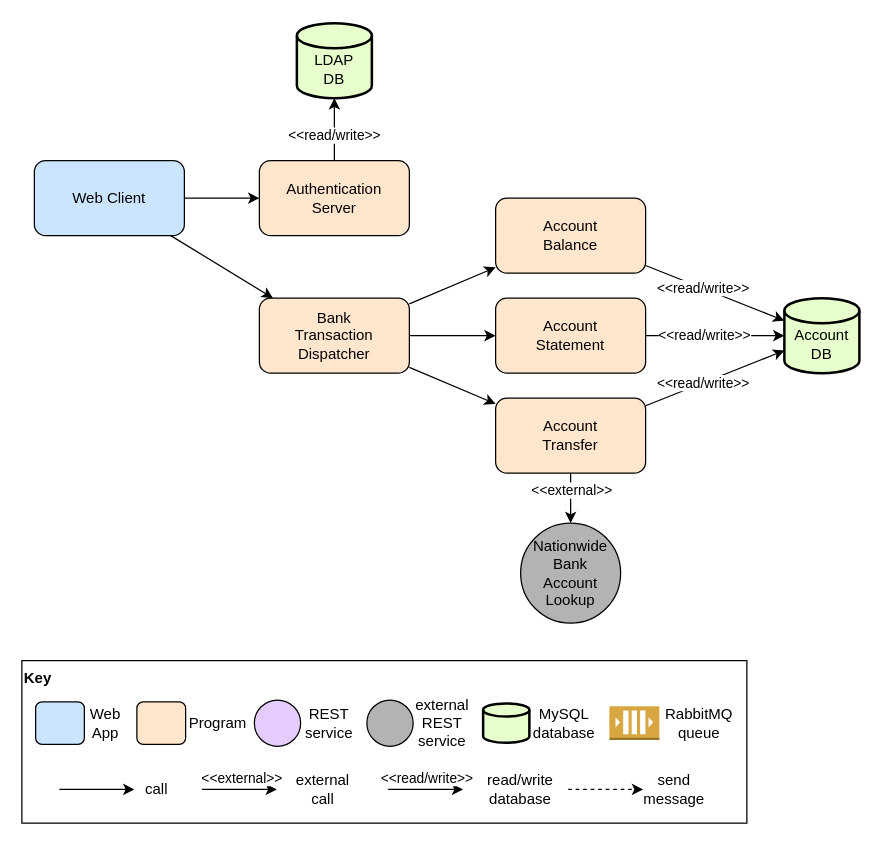
This is page "Q1" (1 of 2) of SW Architect A4.drawio from sunggooni/SW_Architect, a draw.io file, before an edit. Source tidied: cells renumbered, new cells numbered last; positions are measured from the earlier drawing's top-left corner, leaving out a move shared by most shapes. Both pictures are drawn from the tidied source at 125%, with x=0, y=0 at pixel (21, 22).
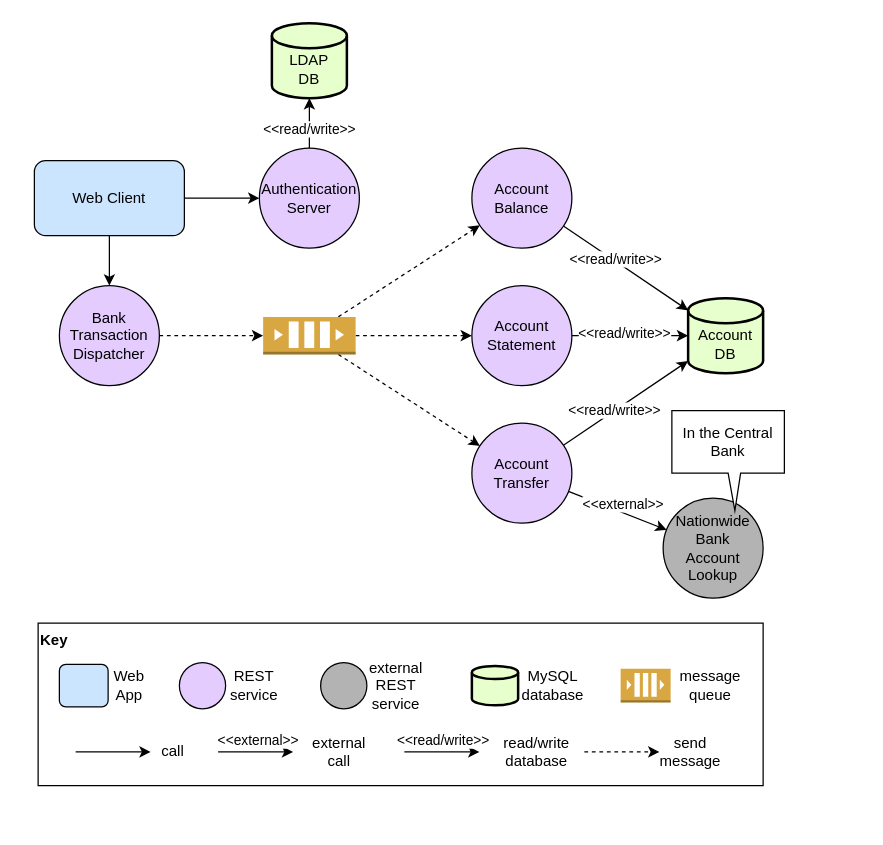
Above is the later version.

Unchanged cells that the change refers to:
```xml
<mxCell id="38" style="endArrow=classic;html=1;rounded=0;" parent="1" edge="1" source="36" target="37">
  <mxGeometry relative="1" as="geometry" />
</mxCell>
<mxCell id="45" style="rounded=0;jettySize=auto;html=1;" parent="1" edge="1" source="35" target="33">
  <mxGeometry relative="1" as="geometry" />
</mxCell>
```

The edit, as a diff of the source:
```diff
@@
     <mxCell id="5" value="&lt;b class=&quot;fr-fix-a7ee12a5&quot;&gt;Key&lt;/b&gt;" style="rounded=0;whiteSpace=wrap;html=1;align=left;verticalAlign=top;" parent="1" vertex="1">
-      <mxGeometry y="510" width="580" height="130" as="geometry" />
+      <mxGeometry x="13" y="480" width="580" height="130" as="geometry" />
     </mxCell>
     <mxCell id="6" style="rounded=1;whiteSpace=wrap;html=1;fillColor=#CCE5FF;" parent="1" vertex="1">
-      <mxGeometry x="11" y="543" width="39" height="34" as="geometry" />
+      <mxGeometry x="30" y="513" width="39" height="34" as="geometry" />
     </mxCell>
     <mxCell id="7" value="Web&lt;br&gt;App" style="text;html=1;strokeColor=none;fillColor=none;align=center;verticalAlign=middle;whiteSpace=wrap;rounded=0;" parent="1" vertex="1">
-      <mxGeometry x="48" y="545" width="38" height="30" as="geometry" />
+      <mxGeometry x="67" y="515" width="38" height="30" as="geometry" />
     </mxCell>
     <mxCell id="8" style="ellipse;whiteSpace=wrap;html=1;fillColor=#E5CCFF;" parent="1" vertex="1">
-      <mxGeometry x="186" y="541.5" width="37" height="37" as="geometry" />
+      <mxGeometry x="126" y="511.5" width="37" height="37" as="geometry" />
     </mxCell>
     <mxCell id="9" value="REST service" style="text;html=1;strokeColor=none;fillColor=none;align=center;verticalAlign=middle;whiteSpace=wrap;rounded=0;" parent="1" vertex="1">
-      <mxGeometry x="216" y="545" width="60" height="30" as="geometry" />
+      <mxGeometry x="156" y="515" width="60" height="30" as="geometry" />
     </mxCell>
     <mxCell id="10" style="strokeWidth=2;html=1;shape=mxgraph.flowchart.database;whiteSpace=wrap;fillColor=#E6FFCC;" parent="1" vertex="1">
-      <mxGeometry x="369" y="544.2" width="37" height="31.5" as="geometry" />
+      <mxGeometry x="360" y="514.2" width="37" height="31.5" as="geometry" />
     </mxCell>
     <mxCell id="11" value="MySQL database" style="text;html=1;strokeColor=none;fillColor=none;align=center;verticalAlign=middle;whiteSpace=wrap;rounded=0;" parent="1" vertex="1">
-      <mxGeometry x="404" y="545" width="60" height="30" as="geometry" />
+      <mxGeometry x="395" y="515" width="60" height="30" as="geometry" />
     </mxCell>
     <mxCell id="12" style="dashed=0;verticalLabelPosition=bottom;verticalAlign=top;align=center;html=1;shape=mxgraph.aws3.queue;fillColor=#D9A741;gradientColor=none;" parent="1" vertex="1">
-      <mxGeometry x="470" y="546.5" width="40" height="27" as="geometry" />
+      <mxGeometry x="479" y="516.5" width="40" height="27" as="geometry" />
     </mxCell>
-    <mxCell id="13" value="RabbitMQ queue" style="text;html=1;strokeColor=none;fillColor=none;align=center;verticalAlign=middle;whiteSpace=wrap;rounded=0;" parent="1" vertex="1">
-      <mxGeometry x="512" y="545" width="60" height="30" as="geometry" />
+    <mxCell id="13" value="message&lt;br&gt;queue" style="text;html=1;strokeColor=none;fillColor=none;align=center;verticalAlign=middle;whiteSpace=wrap;rounded=0;" parent="1" vertex="1">
+      <mxGeometry x="521" y="515" width="60" height="30" as="geometry" />
     </mxCell>
     <mxCell id="14" style="endArrow=classic;html=1;rounded=0;" parent="1" edge="1">
       <mxGeometry relative="1" as="geometry">
-        <mxPoint x="30" y="613" as="sourcePoint" />
-        <mxPoint x="90" y="613" as="targetPoint" />
+        <mxPoint x="43" y="583" as="sourcePoint" />
+        <mxPoint x="103" y="583" as="targetPoint" />
       </mxGeometry>
     </mxCell>
     <mxCell id="15" value="call" style="text;html=1;strokeColor=none;fillColor=none;align=center;verticalAlign=middle;whiteSpace=wrap;rounded=0;" parent="1" vertex="1">
-      <mxGeometry x="78" y="598" width="60" height="30" as="geometry" />
+      <mxGeometry x="91" y="568" width="60" height="30" as="geometry" />
     </mxCell>
     <mxCell id="16" style="endArrow=classic;html=1;rounded=0;" parent="1" edge="1">
       <mxGeometry relative="1" as="geometry">
-        <mxPoint x="144" y="613" as="sourcePoint" />
-        <mxPoint x="204" y="613" as="targetPoint" />
+        <mxPoint x="157" y="583" as="sourcePoint" />
+        <mxPoint x="217" y="583" as="targetPoint" />
       </mxGeometry>
     </mxCell>
@@
     <mxCell id="18" value="external call" style="text;html=1;strokeColor=none;fillColor=none;align=center;verticalAlign=middle;whiteSpace=wrap;rounded=0;" parent="1" vertex="1">
-      <mxGeometry x="211" y="598" width="60" height="30" as="geometry" />
+      <mxGeometry x="224" y="568" width="60" height="30" as="geometry" />
     </mxCell>
     <mxCell id="19" style="endArrow=classic;html=1;rounded=0;dashed=1;" parent="1" edge="1">
       <mxGeometry relative="1" as="geometry">
-        <mxPoint x="437" y="613" as="sourcePoint" />
-        <mxPoint x="497" y="613" as="targetPoint" />
+        <mxPoint x="450" y="583" as="sourcePoint" />
+        <mxPoint x="510" y="583" as="targetPoint" />
       </mxGeometry>
     </mxCell>
     <mxCell id="20" value="send message" style="text;html=1;strokeColor=none;fillColor=none;align=center;verticalAlign=middle;whiteSpace=wrap;rounded=0;" parent="1" vertex="1">
-      <mxGeometry x="492" y="598" width="60" height="30" as="geometry" />
+      <mxGeometry x="505" y="568" width="60" height="30" as="geometry" />
     </mxCell>
     <mxCell id="21" style="endArrow=classic;html=1;rounded=0;" parent="1" edge="1">
       <mxGeometry relative="1" as="geometry">
-        <mxPoint x="293" y="613" as="sourcePoint" />
-        <mxPoint x="353" y="613" as="targetPoint" />
+        <mxPoint x="306" y="583" as="sourcePoint" />
+        <mxPoint x="366" y="583" as="targetPoint" />
       </mxGeometry>
     </mxCell>
@@
     <mxCell id="23" value="read/write database" style="text;html=1;strokeColor=none;fillColor=none;align=center;verticalAlign=middle;whiteSpace=wrap;rounded=0;" parent="1" vertex="1">
-      <mxGeometry x="369" y="598" width="60" height="30" as="geometry" />
+      <mxGeometry x="382" y="568" width="60" height="30" as="geometry" />
     </mxCell>
     <mxCell id="24" style="ellipse;whiteSpace=wrap;html=1;fillColor=#B3B3B3;" parent="1" vertex="1">
-      <mxGeometry x="276" y="541.5" width="37" height="37" as="geometry" />
+      <mxGeometry x="239" y="511.5" width="37" height="37" as="geometry" />
     </mxCell>
     <mxCell id="25" value="external&lt;br&gt;REST service" style="text;html=1;strokeColor=none;fillColor=none;align=center;verticalAlign=middle;whiteSpace=wrap;rounded=0;" parent="1" vertex="1">
-      <mxGeometry x="302" y="545" width="69" height="30" as="geometry" />
+      <mxGeometry x="265" y="515" width="69" height="30" as="geometry" />
     </mxCell>
-    <mxCell id="26" style="rounded=1;whiteSpace=wrap;html=1;fillColor=#FFE6CC;" parent="1" vertex="1">
-      <mxGeometry x="92" y="543" width="39" height="34" as="geometry" />
-    </mxCell>
-    <mxCell id="27" value="Program" style="text;html=1;strokeColor=none;fillColor=none;align=center;verticalAlign=middle;whiteSpace=wrap;rounded=0;" parent="1" vertex="1">
-      <mxGeometry x="127" y="545" width="60" height="30" as="geometry" />
-    </mxCell>
-    <mxCell id="28" style="edgeStyle=orthogonalEdgeStyle;rounded=0;jettySize=auto;html=1;" parent="1" edge="1" source="30" target="31">
+    <mxCell id="28" style="rounded=0;jettySize=auto;html=1;" parent="1" edge="1" source="30" target="31">
       <mxGeometry relative="1" as="geometry" />
     </mxCell>
@@
-    <mxCell id="30" value="Authentication&lt;br&gt;Server" style="rounded=1;whiteSpace=wrap;html=1;fillColor=#FFE6CC;" parent="1" vertex="1">
-      <mxGeometry x="190" y="110" width="120" height="60" as="geometry" />
-    </mxCell>
     <mxCell id="31" value="&lt;br&gt;LDAP&lt;br&gt;DB" style="strokeWidth=2;html=1;shape=mxgraph.flowchart.database;whiteSpace=wrap;fillColor=#E6FFCC;" parent="1" vertex="1">
-      <mxGeometry x="220" width="60" height="60" as="geometry" />
+      <mxGeometry x="200" width="60" height="60" as="geometry" />
     </mxCell>
-    <mxCell id="32" value="Bank&lt;br&gt;Transaction&lt;br&gt;Dispatcher" style="rounded=1;whiteSpace=wrap;html=1;fillColor=#FFE6CC;" parent="1" vertex="1">
-      <mxGeometry x="190" y="220" width="120" height="60" as="geometry" />
-    </mxCell>
     <mxCell id="33" value="&lt;br&gt;Account&lt;br&gt;DB" style="strokeWidth=2;html=1;shape=mxgraph.flowchart.database;whiteSpace=wrap;fillColor=#E6FFCC;" parent="1" vertex="1">
-      <mxGeometry x="610" y="220" width="60" height="60" as="geometry" />
+      <mxGeometry x="533" y="220" width="60" height="60" as="geometry" />
     </mxCell>
-    <mxCell id="34" value="Account&lt;br&gt;Balance" style="rounded=1;whiteSpace=wrap;html=1;fillColor=#FFE6CC;" parent="1" vertex="1">
-      <mxGeometry x="379" y="140" width="120" height="60" as="geometry" />
-    </mxCell>
-    <mxCell id="35" value="Account&lt;br&gt;Statement" style="rounded=1;whiteSpace=wrap;html=1;fillColor=#FFE6CC;" parent="1" vertex="1">
-      <mxGeometry x="379" y="220" width="120" height="60" as="geometry" />
-    </mxCell>
-    <mxCell id="36" value="Account&lt;br&gt;Transfer" style="rounded=1;whiteSpace=wrap;html=1;fillColor=#FFE6CC;" parent="1" vertex="1">
-      <mxGeometry x="379" y="300" width="120" height="60" as="geometry" />
-    </mxCell>
     <mxCell id="37" value="Nationwide&lt;br&gt;Bank&lt;br&gt;Account&lt;br&gt;Lookup" style="ellipse;whiteSpace=wrap;html=1;fillColor=#B3B3B3;" parent="1" vertex="1">
-      <mxGeometry x="399" y="400" width="80" height="80" as="geometry" />
+      <mxGeometry x="513" y="380" width="80" height="80" as="geometry" />
     </mxCell>
@@
     <mxCell id="39" value="&amp;lt;&amp;lt;external&amp;gt;&amp;gt;" style="edgeLabel;html=1;align=center;verticalAlign=middle;" parent="38" vertex="1">
       <mxGeometry x="-0.48" y="1" relative="1" as="geometry">
-        <mxPoint x="-1" y="3" as="offset" />
+        <mxPoint x="22" y="3" as="offset" />
       </mxGeometry>
     </mxCell>
-    <mxCell id="40" style="endArrow=classic;html=1;rounded=0;" parent="1" edge="1" source="32" target="34">
+    <mxCell id="40" style="endArrow=classic;html=1;rounded=0;dashed=1;" parent="1" edge="1" source="49" target="34">
       <mxGeometry relative="1" as="geometry" />
     </mxCell>
-    <mxCell id="41" style="endArrow=classic;html=1;rounded=0;" parent="1" edge="1" source="32" target="35">
+    <mxCell id="41" style="endArrow=classic;html=1;rounded=0;dashed=1;" parent="1" edge="1" source="49" target="35">
       <mxGeometry relative="1" as="geometry" />
     </mxCell>
-    <mxCell id="42" style="endArrow=classic;html=1;rounded=0;" parent="1" edge="1" source="32" target="36">
+    <mxCell id="42" style="endArrow=classic;html=1;rounded=0;dashed=1;" parent="1" edge="1" source="49" target="36">
       <mxGeometry relative="1" as="geometry" />
     </mxCell>
@@
     <mxCell id="46" value="&amp;lt;&amp;lt;read/write&amp;gt;&amp;gt;" style="edgeLabel;html=1;align=center;verticalAlign=middle;" parent="45" vertex="1">
-      <mxGeometry x="-0.18" y="1" relative="1" as="geometry" />
+      <mxGeometry x="-0.18" y="1" relative="1" as="geometry">
+        <mxPoint x="3" y="-2" as="offset" />
+      </mxGeometry>
     </mxCell>
@@
+    <mxCell id="34" value="Account&lt;br style=&quot;border-color: var(--border-color);&quot;&gt;Balance" style="ellipse;whiteSpace=wrap;html=1;fillColor=#E5CCFF;" parent="1" vertex="1">
+      <mxGeometry x="360" y="100" width="80" height="80" as="geometry" />
+    </mxCell>
+    <mxCell id="35" value="Account&lt;br style=&quot;border-color: var(--border-color);&quot;&gt;Statement" style="ellipse;whiteSpace=wrap;html=1;fillColor=#E5CCFF;" parent="1" vertex="1">
+      <mxGeometry x="360" y="210" width="80" height="80" as="geometry" />
+    </mxCell>
+    <mxCell id="36" value="Account&lt;br style=&quot;border-color: var(--border-color);&quot;&gt;Transfer" style="ellipse;whiteSpace=wrap;html=1;fillColor=#E5CCFF;" parent="1" vertex="1">
+      <mxGeometry x="360" y="320" width="80" height="80" as="geometry" />
+    </mxCell>
+    <mxCell id="49" style="outlineConnect=0;dashed=0;verticalLabelPosition=bottom;verticalAlign=top;align=center;html=1;shape=mxgraph.aws3.queue;fillColor=#D9A741;gradientColor=none;" parent="1" vertex="1">
+      <mxGeometry x="193" y="235" width="74" height="30" as="geometry" />
+    </mxCell>
+    <mxCell id="30" value="Authentication&lt;br style=&quot;border-color: var(--border-color);&quot;&gt;Server" style="ellipse;whiteSpace=wrap;html=1;fillColor=#E5CCFF;" parent="1" vertex="1">
+      <mxGeometry x="190" y="100" width="80" height="80" as="geometry" />
+    </mxCell>
+    <mxCell id="50" style="endArrow=classic;html=1;rounded=0;dashed=1;" parent="1" edge="1" source="32" target="49">
+      <mxGeometry relative="1" as="geometry" />
+    </mxCell>
+    <mxCell id="32" value="Bank&lt;br style=&quot;border-color: var(--border-color);&quot;&gt;Transaction&lt;br style=&quot;border-color: var(--border-color);&quot;&gt;Dispatcher" style="ellipse;whiteSpace=wrap;html=1;fillColor=#E5CCFF;" parent="1" vertex="1">
+      <mxGeometry x="30" y="210" width="80" height="80" as="geometry" />
+    </mxCell>
+    <mxCell id="51" value="In the Central Bank" style="shape=callout;whiteSpace=wrap;html=1;perimeter=calloutPerimeter;position2=0.56;base=10;" parent="1" vertex="1">
+      <mxGeometry x="520" y="310" width="90" height="80" as="geometry" />
+    </mxCell>
```
